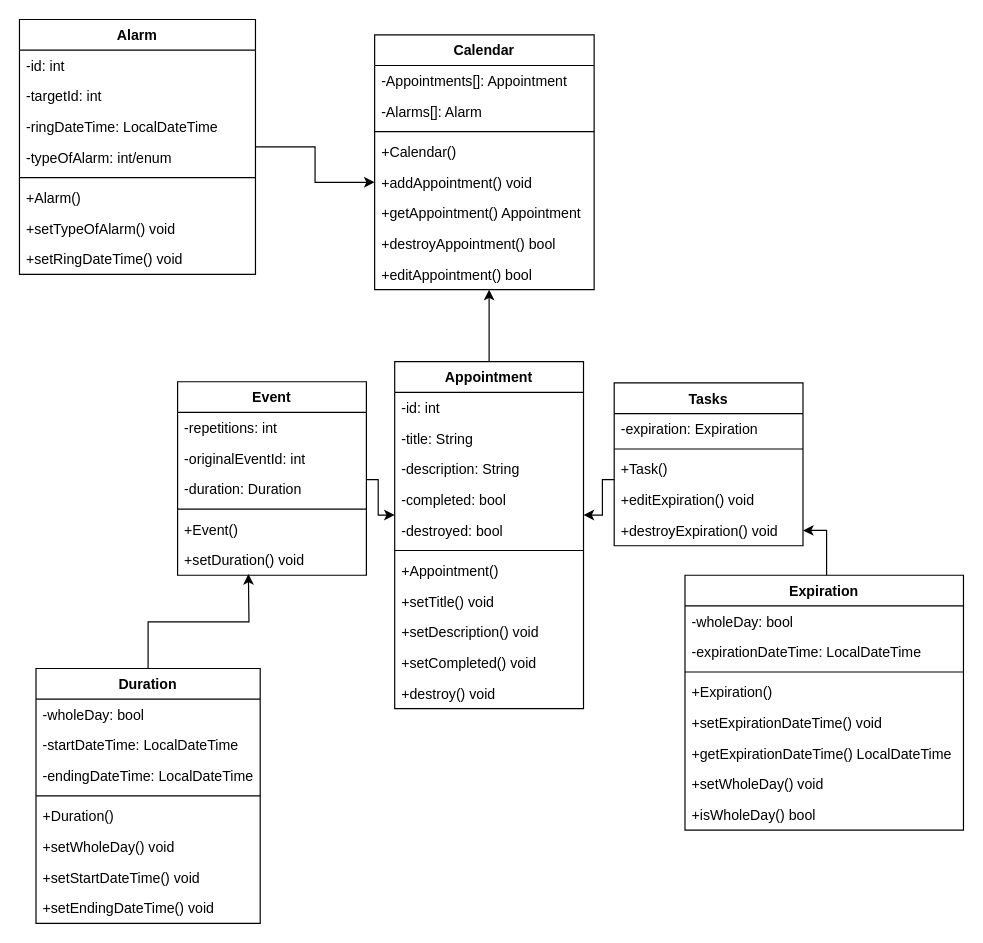
gmenendez0/Calendar keeps this draw.io diagram as doc/UML-Calendar_Class_Diagram.drawio. Above is the earlier version. Source tidied: cells renumbered, new cells numbered last; positions are measured from the earlier drawing's top-left corner, leaving out a move shared by most shapes. Both pictures are drawn from the tidied source at 118%, with x=0, y=0 at pixel (19, 19).
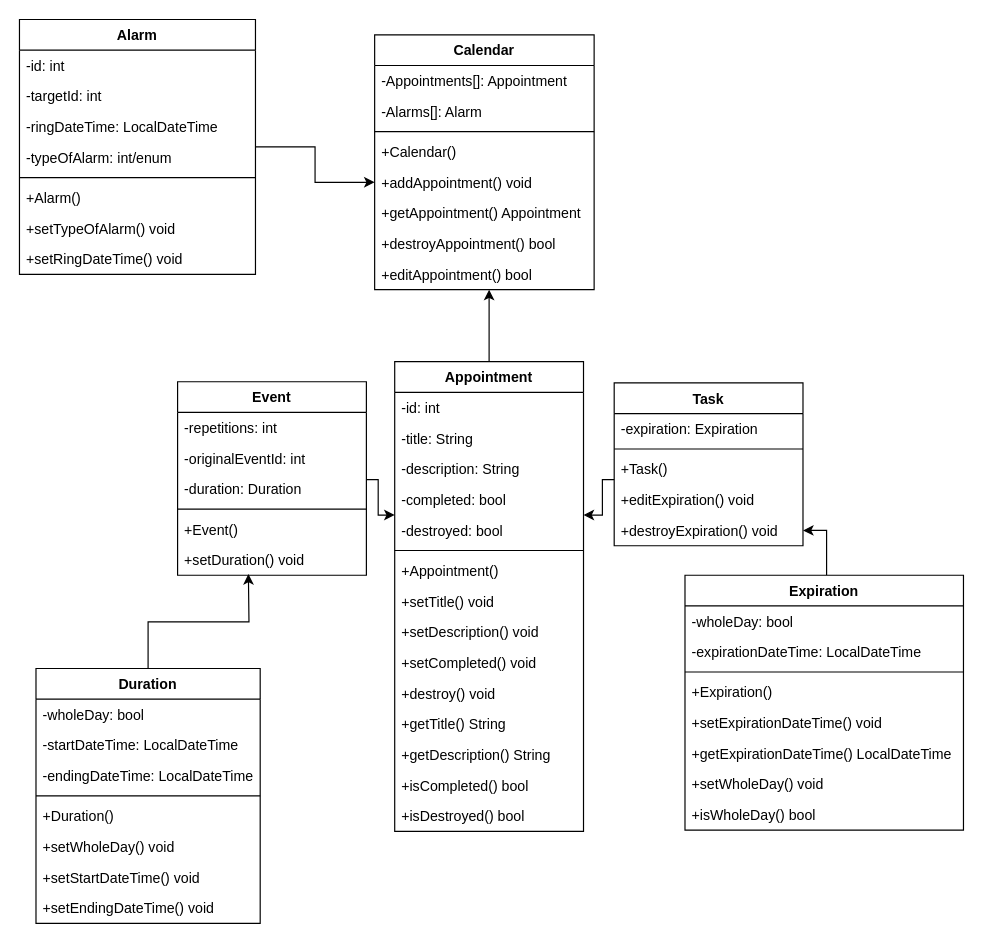
Above is the later version.

Commit message (it also covers changes not shown here):
-Se agrega la clase Appointment con sus respectivos tests. -Se actualiza el diagrama de clases de Calendar.

PENDIENTE DE ETAPA 1.1:
-Implementar los objetos Tasks, Event y Duration.

Change to the diagram source:
```diff
@@
-    <mxCell id="20" value="Tasks" style="swimlane;fontStyle=1;align=center;verticalAlign=top;horizontal=1;startSize=26;" parent="1" vertex="1">
+    <mxCell id="20" value="Task" style="swimlane;fontStyle=1;align=center;verticalAlign=top;horizontal=1;startSize=26;" parent="1" vertex="1">
       <mxGeometry x="504" y="308" width="160" height="138" as="geometry" />
     </mxCell>
@@
     <mxCell id="27" value="Appointment" style="swimlane;fontStyle=1;align=center;verticalAlign=top;horizontal=1;startSize=26;" parent="1" vertex="1">
-      <mxGeometry x="318" y="290" width="160" height="294" as="geometry" />
+      <mxGeometry x="318" y="290" width="160" height="398" as="geometry" />
     </mxCell>
@@
+    <mxCell id="69" value="+getTitle() String" style="text;strokeColor=none;fillColor=none;align=left;verticalAlign=top;spacingLeft=4;spacingRight=4;overflow=hidden;" parent="27" vertex="1">
+      <mxGeometry y="294" width="160" height="26" as="geometry" />
+    </mxCell>
+    <mxCell id="70" value="+getDescription() String" style="text;strokeColor=none;fillColor=none;align=left;verticalAlign=top;spacingLeft=4;spacingRight=4;overflow=hidden;" parent="27" vertex="1">
+      <mxGeometry y="320" width="160" height="26" as="geometry" />
+    </mxCell>
+    <mxCell id="71" value="+isCompleted() bool" style="text;strokeColor=none;fillColor=none;align=left;verticalAlign=top;spacingLeft=4;spacingRight=4;overflow=hidden;" parent="27" vertex="1">
+      <mxGeometry y="346" width="160" height="26" as="geometry" />
+    </mxCell>
+    <mxCell id="72" value="+isDestroyed() bool" style="text;strokeColor=none;fillColor=none;align=left;verticalAlign=top;spacingLeft=4;spacingRight=4;overflow=hidden;" parent="27" vertex="1">
+      <mxGeometry y="372" width="160" height="26" as="geometry" />
+    </mxCell>
```
